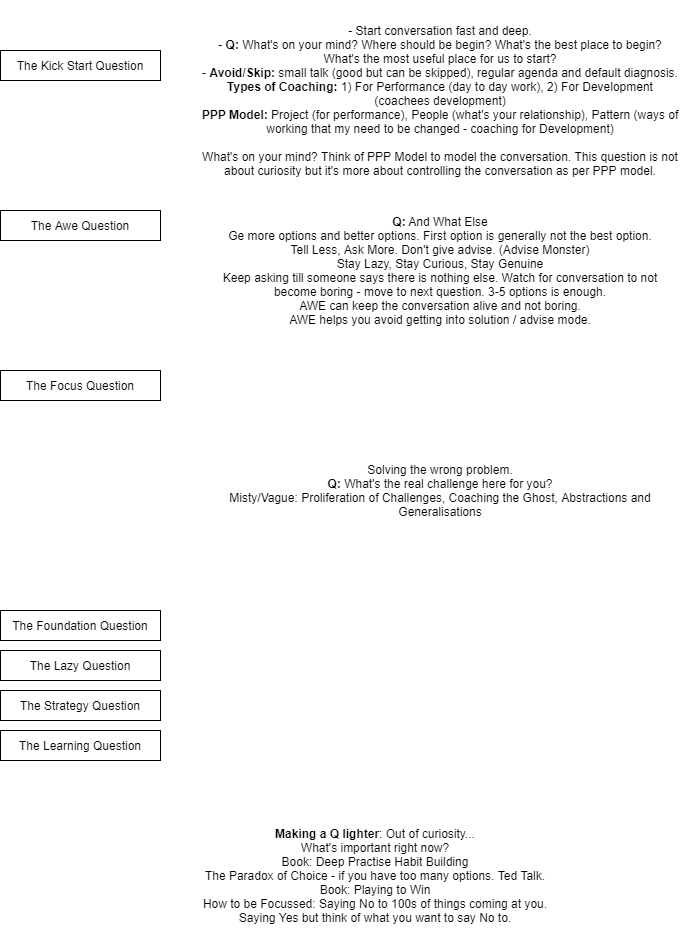
s-gurjit/diagrams keeps this draw.io diagram as coaching/coaching-habbit.xml.png. Above is the earlier version. Source tidied: cells renumbered, new cells last; positions are measured from the earlier drawing's top-left corner, leaving out a move shared by most shapes.
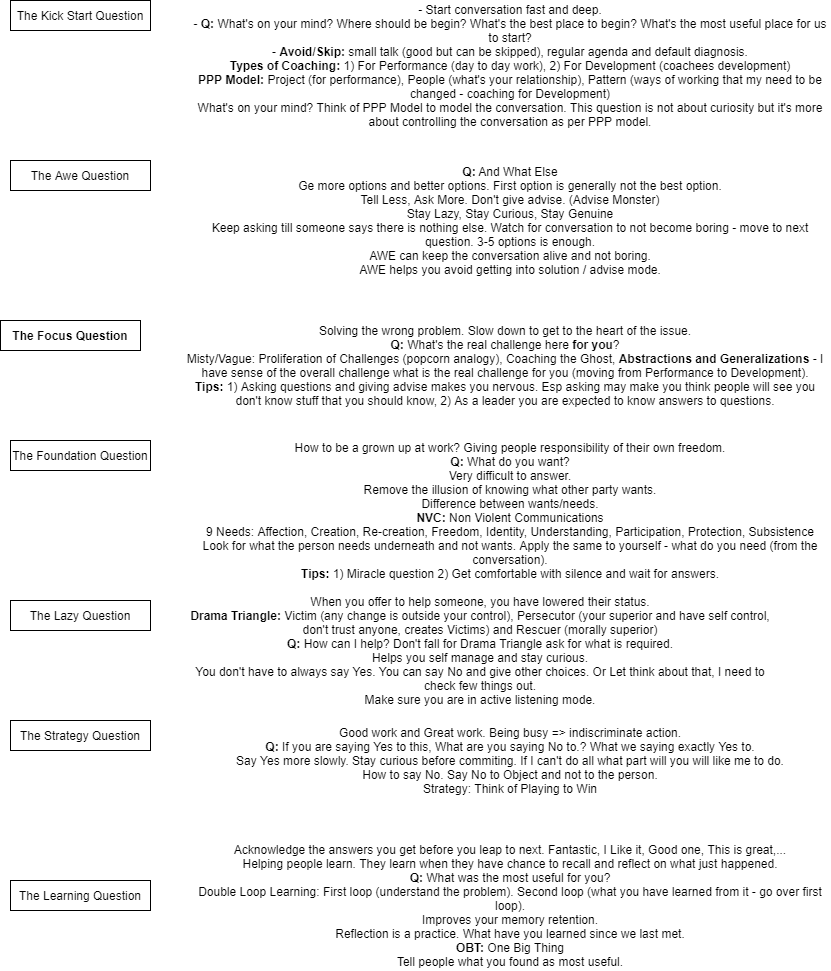
Above is the later version.

Change to the diagram source:
```diff
@@ -3,37 +3,46 @@
     <mxCell id="0" />
     <mxCell id="1" parent="0" />
     <mxCell id="2" value="The Kick Start Question" style="rounded=0;whiteSpace=wrap;html=1;" parent="1" vertex="1">
-      <mxGeometry y="50" width="160" height="30" as="geometry" />
+      <mxGeometry x="-100" y="10" width="140" height="30" as="geometry" />
     </mxCell>
     <mxCell id="3" value="The Awe Question" style="rounded=0;whiteSpace=wrap;html=1;" parent="1" vertex="1">
-      <mxGeometry y="210" width="160" height="30" as="geometry" />
+      <mxGeometry x="-100" y="170" width="140" height="30" as="geometry" />
     </mxCell>
     <mxCell id="4" value="The Foundation Question" style="rounded=0;whiteSpace=wrap;html=1;" parent="1" vertex="1">
-      <mxGeometry y="610" width="160" height="30" as="geometry" />
+      <mxGeometry x="-100" y="450" width="140" height="30" as="geometry" />
     </mxCell>
-    <mxCell id="5" value="The Focus Question" style="rounded=0;whiteSpace=wrap;html=1;" parent="1" vertex="1">
-      <mxGeometry y="370" width="160" height="30" as="geometry" />
+    <mxCell id="5" value="The Focus Question" style="rounded=0;whiteSpace=wrap;html=1;fontStyle=1;" parent="1" vertex="1">
+      <mxGeometry x="-110" y="330" width="140" height="30" as="geometry" />
     </mxCell>
     <mxCell id="6" value="The Lazy Question" style="rounded=0;whiteSpace=wrap;html=1;" parent="1" vertex="1">
-      <mxGeometry y="650" width="160" height="30" as="geometry" />
+      <mxGeometry x="-100" y="610" width="140" height="30" as="geometry" />
     </mxCell>
     <mxCell id="7" value="The Strategy Question" style="rounded=0;whiteSpace=wrap;html=1;" parent="1" vertex="1">
-      <mxGeometry y="690" width="160" height="30" as="geometry" />
+      <mxGeometry x="-100" y="730" width="140" height="30" as="geometry" />
     </mxCell>
     <mxCell id="8" value="The Learning Question" style="rounded=0;whiteSpace=wrap;html=1;" parent="1" vertex="1">
-      <mxGeometry y="730" width="160" height="30" as="geometry" />
+      <mxGeometry x="-100" y="890" width="140" height="30" as="geometry" />
     </mxCell>
-    <mxCell id="9" value="- Start conversation fast and deep.&lt;br&gt;- &lt;b&gt;Q:&lt;/b&gt;&amp;nbsp;What's on your mind? Where should be begin? What's the best place to begin? What's the most useful place for us to start?&lt;br&gt;- &lt;b&gt;Avoid/Skip: &lt;/b&gt;small talk (good but can be skipped), regular agenda and default diagnosis.&lt;br&gt;&lt;b&gt;Types of Coaching: &lt;/b&gt;1) For Performance (day to day work), 2) For Development (coachees development)&lt;br&gt;&lt;b&gt;PPP Model:&lt;/b&gt;&amp;nbsp;Project (for performance), People (what's your relationship), Pattern (ways of working that my need to be changed - coaching for Development)&lt;br&gt;&lt;br&gt;What's on your mind? Think of PPP Model to model the conversation. This question is not about curiosity but it's more about controlling the conversation as per PPP model." style="text;html=1;strokeColor=none;fillColor=none;align=center;verticalAlign=middle;whiteSpace=wrap;rounded=0;" parent="1" vertex="1">
-      <mxGeometry x="200" width="480" height="200" as="geometry" />
+    <mxCell id="9" value="- Start conversation fast and deep.&lt;br&gt;- &lt;b&gt;Q:&lt;/b&gt;&amp;nbsp;What's on your mind? Where should be begin? What's the best place to begin? What's the most useful place for us to start?&lt;br&gt;- &lt;b&gt;Avoid/Skip: &lt;/b&gt;small talk (good but can be skipped), regular agenda and default diagnosis.&lt;br&gt;&lt;b&gt;Types of Coaching: &lt;/b&gt;1) For Performance (day to day work), 2) For Development (coachees development)&lt;br&gt;&lt;b&gt;PPP Model:&lt;/b&gt;&amp;nbsp;Project (for performance), People (what's your relationship), Pattern (ways of working that my need to be changed - coaching for Development)&lt;br&gt;What's on your mind? Think of PPP Model to model the conversation. This question is not about curiosity but it's more about controlling the conversation as per PPP model." style="text;html=1;strokeColor=none;fillColor=none;align=center;verticalAlign=middle;whiteSpace=wrap;rounded=0;" parent="1" vertex="1">
+      <mxGeometry x="80" y="10" width="640" height="130" as="geometry" />
     </mxCell>
-    <mxCell id="10" value="&lt;b&gt;Making a Q lighter&lt;/b&gt;: Out of curiosity...&lt;br&gt;What's important right now?&lt;br&gt;Book: Deep Practise Habit Building&lt;br&gt;The Paradox of Choice - if you have too many options. Ted Talk.&lt;br&gt;Book: Playing to Win&lt;br&gt;How to be Focussed: Saying No to 100s of things coming at you. Saying Yes but think of what you want to say No to." style="text;html=1;strokeColor=none;fillColor=none;align=center;verticalAlign=middle;whiteSpace=wrap;rounded=0;" parent="1" vertex="1">
-      <mxGeometry x="200" y="810" width="350" height="130" as="geometry" />
-    </mxCell>
     <mxCell id="11" value="&lt;b&gt;Q:&lt;/b&gt;&amp;nbsp;And What Else&lt;br&gt;Ge more options and better options. First option is generally not the best option.&lt;br&gt;Tell Less, Ask More. Don't give advise. (Advise Monster)&lt;br&gt;Stay Lazy, Stay Curious, Stay Genuine&lt;br&gt;Keep asking till someone says there is nothing else. Watch for conversation to not become boring - move to next question. 3-5 options is enough.&lt;br&gt;AWE can keep the conversation alive and not boring.&lt;br&gt;AWE helps you avoid getting into solution / advise mode." style="text;html=1;strokeColor=none;fillColor=none;align=center;verticalAlign=middle;whiteSpace=wrap;rounded=0;" parent="1" vertex="1">
-      <mxGeometry x="200" y="210" width="480" height="120" as="geometry" />
+      <mxGeometry x="80" y="170" width="640" height="120" as="geometry" />
     </mxCell>
-    <mxCell id="12" value="Solving the wrong problem.&lt;br&gt;&lt;b&gt;Q:&lt;/b&gt;&amp;nbsp;What's the real challenge here for you?&lt;br&gt;Misty/Vague: Proliferation of Challenges, Coaching the Ghost, Abstractions and Generalisations" style="text;html=1;strokeColor=none;fillColor=none;align=center;verticalAlign=middle;whiteSpace=wrap;rounded=0;" parent="1" vertex="1">
-      <mxGeometry x="200" y="370" width="480" height="240" as="geometry" />
+    <mxCell id="12" value="Solving the wrong problem. Slow down to get to the heart of the issue.&lt;br&gt;&lt;b&gt;Q:&lt;/b&gt;&amp;nbsp;What's the real challenge here &lt;b&gt;for you&lt;/b&gt;?&lt;br&gt;Misty/Vague: Proliferation of Challenges (popcorn analogy), Coaching the Ghost,&lt;b&gt; Abstractions and Generalizations &lt;/b&gt;- I have sense of the overall challenge what is the real challenge for you (moving from Performance to Development).&lt;br&gt;&lt;b&gt;Tips:&lt;/b&gt;&amp;nbsp;1) Asking questions and giving advise makes you nervous. Esp asking may make you think people will see you don't know stuff that you should know, 2) As a leader you are expected to know answers to questions." style="text;html=1;strokeColor=none;fillColor=none;align=center;verticalAlign=middle;whiteSpace=wrap;rounded=0;" parent="1" vertex="1">
+      <mxGeometry x="70" y="330" width="650" height="90" as="geometry" />
     </mxCell>
+    <mxCell id="13" value="How to be a grown up at work? Giving people responsibility of their own freedom.&lt;br&gt;&lt;b&gt;Q: &lt;/b&gt;What do you want?&lt;br&gt;Very difficult to answer.&lt;br&gt;Remove the illusion of knowing what other party wants.&lt;br&gt;Difference between wants/needs.&lt;br&gt;&lt;b&gt;NVC:&lt;/b&gt;&amp;nbsp;Non Violent Communications&lt;br&gt;9 Needs: Affection, Creation, Re-creation, Freedom, Identity, Understanding, Participation, Protection, Subsistence&lt;br&gt;Look for what the person needs underneath and not wants. Apply the same to yourself - what do you need (from the conversation).&lt;br&gt;&lt;b&gt;Tips:&lt;/b&gt;&amp;nbsp;1) Miracle question 2) Get comfortable with silence and wait for answers." style="text;html=1;strokeColor=none;fillColor=none;align=center;verticalAlign=middle;whiteSpace=wrap;rounded=0;" parent="1" vertex="1">
+      <mxGeometry x="80" y="450" width="640" height="140" as="geometry" />
+    </mxCell>
+    <mxCell id="14" value="When you offer to help someone, you have lowered their status.&lt;br&gt;&lt;b&gt;Drama Triangle:&amp;nbsp;&lt;/b&gt;Victim (any change is outside your control), Persecutor (your superior and have self control, don't trust anyone, creates Victims) and Rescuer (morally superior)&lt;br&gt;&lt;b&gt;Q: &lt;/b&gt;How can I help? Don't fall for Drama Triangle ask for what is required.&lt;br&gt;Helps you self manage and stay curious.&lt;br&gt;You don't have to always say Yes. You can say No and give other choices. Or Let think about that, I need to check few things out.&lt;br&gt;Make sure you are in active listening mode." style="text;html=1;strokeColor=none;fillColor=none;align=center;verticalAlign=middle;whiteSpace=wrap;rounded=0;" parent="1" vertex="1">
+      <mxGeometry x="70" y="610" width="600" height="100" as="geometry" />
+    </mxCell>
+    <mxCell id="15" value="Good work and Great work. Being busy =&amp;gt; indiscriminate action.&lt;br&gt;&lt;b&gt;Q: &lt;/b&gt;If you are saying Yes to this, What are you saying No to.? What we saying exactly Yes to.&lt;br&gt;Say Yes more slowly. Stay curious before commiting. If I can't do all what part will you will like me to do.&lt;br&gt;How to say No. Say No to Object and not to the person.&lt;br&gt;Strategy: Think of Playing to Win" style="text;html=1;strokeColor=none;fillColor=none;align=center;verticalAlign=middle;whiteSpace=wrap;rounded=0;" parent="1" vertex="1">
+      <mxGeometry x="80" y="730" width="640" height="80" as="geometry" />
+    </mxCell>
+    <mxCell id="16" value="Acknowledge the answers you get before you leap to next. Fantastic, I Like it, Good one, This is great,...&lt;br&gt;Helping people learn. They learn when they have chance to recall and reflect on what just happened.&lt;br&gt;&lt;b&gt;Q:&lt;/b&gt;&amp;nbsp;What was the most useful for you?&lt;br&gt;Double Loop Learning: First loop (understand the problem). Second loop (what you have learned from it - go over first loop).&lt;br&gt;Improves your memory retention.&lt;br&gt;Reflection is a practice. What have you learned since we last met.&lt;br&gt;&lt;b&gt;OBT:&lt;/b&gt;&amp;nbsp;One Big Thing&lt;br&gt;Tell people what you found as most useful." style="text;html=1;strokeColor=none;fillColor=none;align=center;verticalAlign=middle;whiteSpace=wrap;rounded=0;" parent="1" vertex="1">
+      <mxGeometry x="80" y="850" width="640" height="130" as="geometry" />
+    </mxCell>
   </root>
 </mxGraphModel>
```
